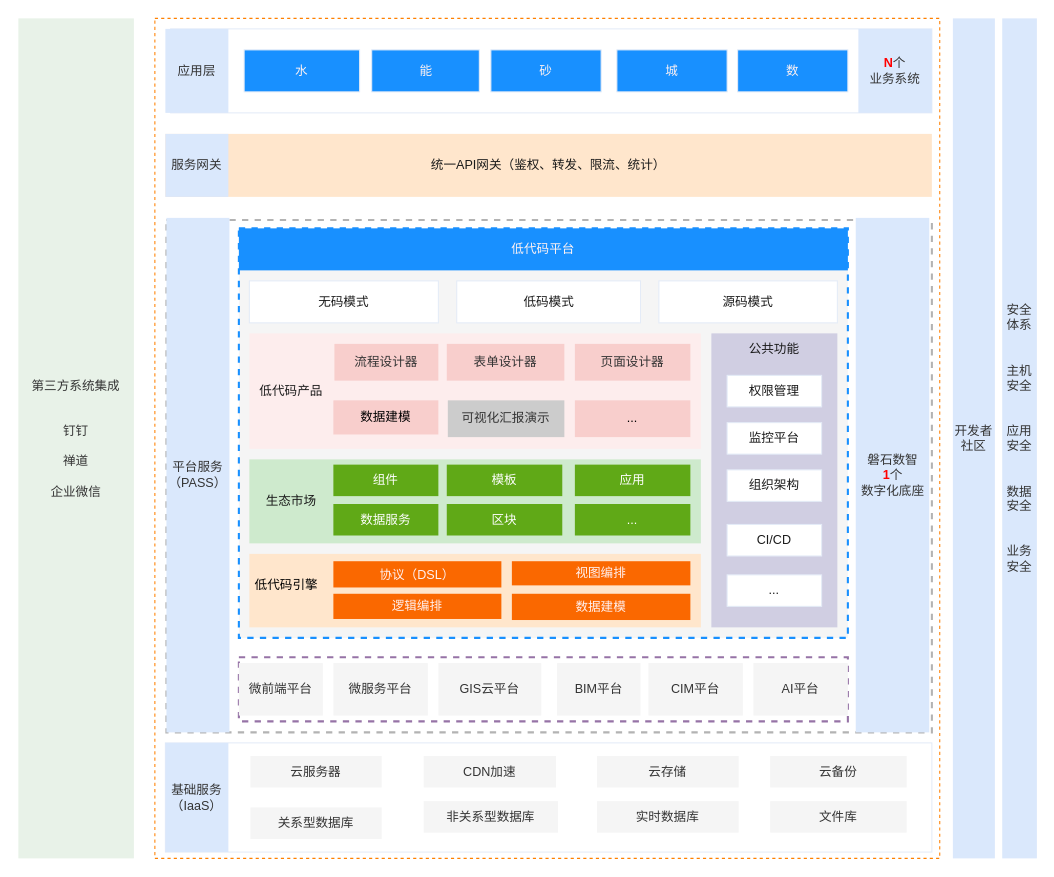
Above: 低代码——整体架构图.drawio in tangyaosimida/love (draw.io), before the change. Source tidied: cells renumbered, new cells numbered last; positions are measured from the earlier drawing's top-left corner, leaving out a move shared by most shapes. Both pictures are drawn from the tidied source at 105%, with x=0, y=0 at pixel (18, 18).
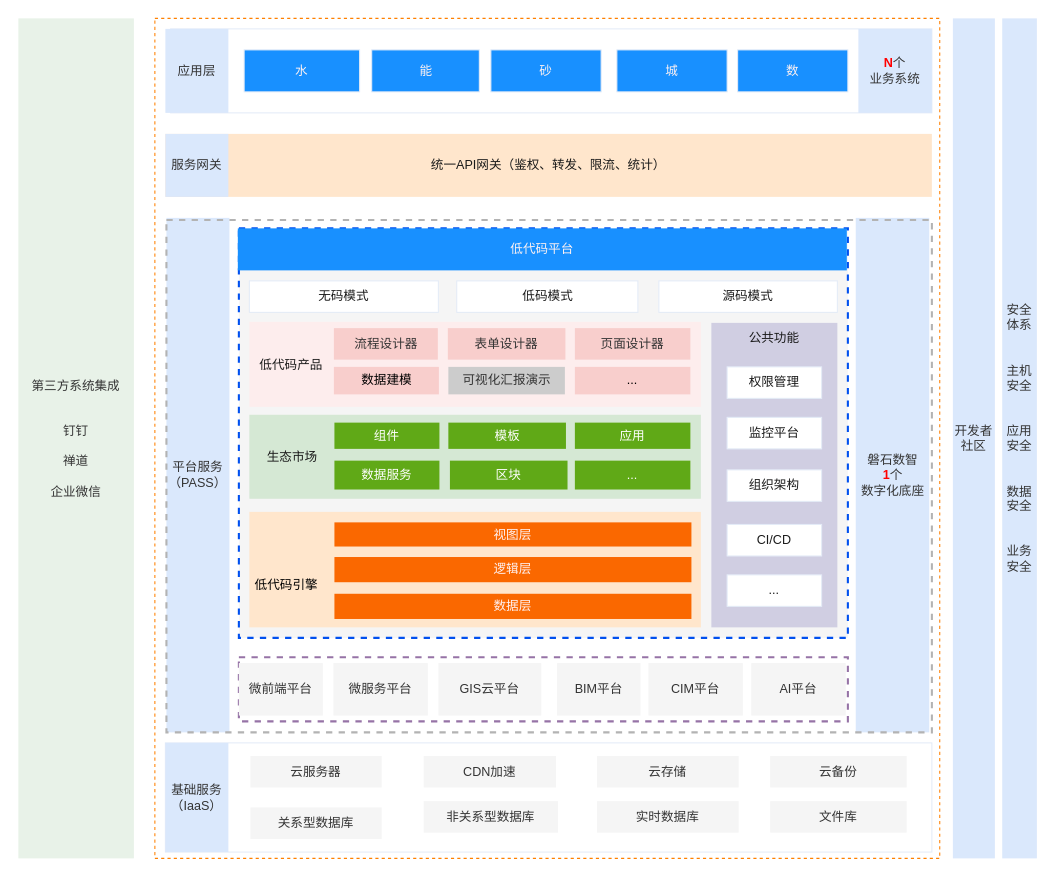
The same diagram, later.

Commit message:
更新低代码——整体架构图.drawio

The edit, as a diff of the source:
```diff
@@
+    <mxCell id="7" value="平台服务&lt;div&gt;（PASS）&lt;/div&gt;" style="rounded=0;whiteSpace=wrap;html=1;fillColor=#dae8fc;strokeColor=none;fontColor=#333333;" parent="1" vertex="1">
+      <mxGeometry x="141" y="190" width="60" height="490" as="geometry" />
+    </mxCell>
+    <mxCell id="6" value="磐石数智&lt;div&gt;&lt;font color=&quot;#ff0000&quot;&gt;&lt;b&gt;1&lt;/b&gt;&lt;/font&gt;个&lt;/div&gt;&lt;div&gt;数字化底座&lt;/div&gt;" style="rounded=0;whiteSpace=wrap;html=1;strokeColor=none;fillColor=#dae8fc;fontColor=#333333;" parent="1" vertex="1">
+      <mxGeometry x="797.5" y="190" width="70" height="490" as="geometry" />
+    </mxCell>
@@
-    <mxCell id="6" value="磐石数智&lt;div&gt;&lt;font color=&quot;#ff0000&quot;&gt;&lt;b&gt;1&lt;/b&gt;&lt;/font&gt;个&lt;/div&gt;&lt;div&gt;数字化底座&lt;/div&gt;" style="rounded=0;whiteSpace=wrap;html=1;strokeColor=none;fillColor=#dae8fc;fontColor=#333333;" parent="1" vertex="1">
-      <mxGeometry x="797.5" y="190" width="70" height="490" as="geometry" />
-    </mxCell>
-    <mxCell id="7" value="平台服务&lt;div&gt;（PASS）&lt;/div&gt;" style="rounded=0;whiteSpace=wrap;html=1;fillColor=#dae8fc;strokeColor=none;fontColor=#333333;" parent="1" vertex="1">
-      <mxGeometry x="141" y="190" width="60" height="490" as="geometry" />
-    </mxCell>
-    <mxCell id="8" style="rounded=0;whiteSpace=wrap;html=1;fillColor=#f5f5f5;dashed=1;strokeColor=#1890FF;strokeWidth=2;fontColor=#1A1A1A;" parent="1" vertex="1">
+    <mxCell id="8" style="rounded=0;whiteSpace=wrap;html=1;fillColor=#f5f5f5;dashed=1;strokeColor=#0050EF;strokeWidth=2;fontColor=#1A1A1A;" parent="1" vertex="1">
       <mxGeometry x="210" y="200" width="580" height="390" as="geometry" />
     </mxCell>
@@
     <mxCell id="30" value="&lt;font color=&quot;#fff2f2&quot;&gt;低代码平台&lt;/font&gt;" style="rounded=0;whiteSpace=wrap;html=1;strokeColor=none;fillColor=#1890FF;fontColor=#1A1A1A;" parent="1" vertex="1">
-      <mxGeometry x="210" y="200" width="580" height="40" as="geometry" />
+      <mxGeometry x="209" y="200" width="580" height="40" as="geometry" />
     </mxCell>
     <mxCell id="31" value="&lt;div&gt;&lt;br&gt;&lt;/div&gt;" style="rounded=0;whiteSpace=wrap;html=1;strokeColor=none;fillColor=#d0cee2;fontColor=#1A1A1A;" parent="1" vertex="1">
-      <mxGeometry x="660" y="300" width="120" height="280" as="geometry" />
+      <mxGeometry x="660" y="290" width="120" height="290" as="geometry" />
     </mxCell>
     <mxCell id="32" value="权限管理" style="rounded=0;whiteSpace=wrap;html=1;strokeColor=#E4EBF7;fontColor=#1A1A1A;" parent="1" vertex="1">
-      <mxGeometry x="675" y="340" width="90" height="30" as="geometry" />
+      <mxGeometry x="675" y="331.9" width="90" height="30" as="geometry" />
     </mxCell>
     <mxCell id="33" value="监控平台" style="rounded=0;whiteSpace=wrap;html=1;strokeColor=#E4EBF7;fontColor=#1A1A1A;" parent="1" vertex="1">
-      <mxGeometry x="675" y="385" width="90" height="30" as="geometry" />
+      <mxGeometry x="675" y="380" width="90" height="30" as="geometry" />
     </mxCell>
@@
     <mxCell id="37" value="公共功能" style="text;html=1;align=center;verticalAlign=middle;whiteSpace=wrap;rounded=0;strokeColor=none;fontColor=#1A1A1A;" parent="1" vertex="1">
-      <mxGeometry x="675" y="300" width="90" height="30" as="geometry" />
+      <mxGeometry x="675" y="290" width="90" height="30" as="geometry" />
     </mxCell>
     <mxCell id="38" style="rounded=0;whiteSpace=wrap;html=1;strokeColor=none;fillColor=#ffe6cc;dashed=1;strokeWidth=2;" parent="1" vertex="1">
-      <mxGeometry x="220" y="510" width="430" height="70" as="geometry" />
+      <mxGeometry x="220" y="470" width="430" height="110" as="geometry" />
     </mxCell>
-    <mxCell id="39" style="rounded=0;whiteSpace=wrap;html=1;strokeColor=none;fillColor=#CEEACD;dashed=1;strokeWidth=2;" parent="1" vertex="1">
-      <mxGeometry x="220" y="420" width="430" height="80" as="geometry" />
+    <mxCell id="39" style="rounded=0;whiteSpace=wrap;html=1;strokeColor=none;fillColor=#d5e8d4;dashed=1;strokeWidth=2;" parent="1" vertex="1">
+      <mxGeometry x="220" y="377.5" width="430" height="80" as="geometry" />
     </mxCell>
     <mxCell id="40" value="模板" style="text;html=1;align=center;verticalAlign=middle;whiteSpace=wrap;rounded=0;strokeColor=none;fontColor=#ffffff;fillColor=#60a917;" parent="1" vertex="1">
-      <mxGeometry x="408" y="425" width="110" height="30" as="geometry" />
+      <mxGeometry x="409.5" y="385" width="112" height="25" as="geometry" />
     </mxCell>
     <mxCell id="41" value="应用" style="text;html=1;align=center;verticalAlign=middle;whiteSpace=wrap;rounded=0;strokeColor=none;fontColor=#ffffff;fillColor=#60a917;" parent="1" vertex="1">
-      <mxGeometry x="530" y="425" width="110" height="30" as="geometry" />
+      <mxGeometry x="530" y="385" width="110" height="25" as="geometry" />
     </mxCell>
     <mxCell id="42" style="rounded=0;whiteSpace=wrap;html=1;strokeColor=none;fillColor=#FDEDED;strokeWidth=2;dashed=1;" parent="1" vertex="1">
-      <mxGeometry x="220" y="300" width="430" height="110" as="geometry" />
+      <mxGeometry x="220" y="289" width="430" height="81" as="geometry" />
     </mxCell>
     <mxCell id="43" value="无码模式" style="rounded=0;whiteSpace=wrap;html=1;strokeColor=#E4EBF7;fontColor=#1A1A1A;" parent="1" vertex="1">
-      <mxGeometry x="220" y="250" width="180" height="40" as="geometry" />
+      <mxGeometry x="220" y="250" width="180" height="30" as="geometry" />
     </mxCell>
     <mxCell id="44" value="低码模式" style="rounded=0;whiteSpace=wrap;html=1;strokeColor=#E4EBF7;fontColor=#1A1A1A;" parent="1" vertex="1">
-      <mxGeometry x="417.5" y="250" width="175" height="40" as="geometry" />
+      <mxGeometry x="417.5" y="250" width="172.5" height="30" as="geometry" />
     </mxCell>
     <mxCell id="45" value="源码模式" style="rounded=0;whiteSpace=wrap;html=1;strokeColor=#E4EBF7;fontColor=#1A1A1A;" parent="1" vertex="1">
-      <mxGeometry x="610" y="250" width="170" height="40" as="geometry" />
+      <mxGeometry x="610" y="250" width="170" height="30" as="geometry" />
     </mxCell>
@@
     <mxCell id="47" value="组件" style="text;html=1;align=center;verticalAlign=middle;whiteSpace=wrap;rounded=0;fillColor=#60a917;fontColor=#ffffff;strokeColor=none;" parent="1" vertex="1">
-      <mxGeometry x="300" y="425" width="100" height="30" as="geometry" />
+      <mxGeometry x="301" y="385" width="100" height="25" as="geometry" />
     </mxCell>
-    <mxCell id="48" value="协议（DSL）" style="text;html=1;align=center;verticalAlign=middle;whiteSpace=wrap;rounded=0;strokeColor=none;fillColor=#fa6800;fontColor=#FFF2F2;" parent="1" vertex="1">
-      <mxGeometry x="300" y="517" width="160" height="25" as="geometry" />
-    </mxCell>
     <mxCell id="49" value="数据建模" style="rounded=0;whiteSpace=wrap;html=1;strokeColor=none;fillColor=#f8cecc;" parent="1" vertex="1">
-      <mxGeometry x="300" y="363.8" width="100" height="32.5" as="geometry" />
+      <mxGeometry x="300.5" y="331.9" width="100" height="26.2" as="geometry" />
     </mxCell>
     <mxCell id="50" value="可视化汇报演示" style="rounded=0;whiteSpace=wrap;html=1;strokeColor=none;fillColor=#CCCCCC;fontColor=#333333;" parent="1" vertex="1">
-      <mxGeometry x="409" y="363.8" width="111" height="35" as="geometry" />
+      <mxGeometry x="409.5" y="331.9" width="111" height="26.2" as="geometry" />
     </mxCell>
     <mxCell id="51" value="流程设计器" style="rounded=0;whiteSpace=wrap;html=1;strokeColor=none;fillColor=#f8cecc;fontColor=#333333;" parent="1" vertex="1">
-      <mxGeometry x="301" y="310" width="99" height="35" as="geometry" />
+      <mxGeometry x="300.5" y="295" width="99" height="30" as="geometry" />
     </mxCell>
     <mxCell id="52" value="表单设计器" style="rounded=0;whiteSpace=wrap;html=1;strokeColor=none;fillColor=#f8cecc;fontColor=#333333;" parent="1" vertex="1">
-      <mxGeometry x="408" y="310" width="112" height="35" as="geometry" />
+      <mxGeometry x="409" y="295" width="112" height="30" as="geometry" />
     </mxCell>
     <mxCell id="53" value="页面设计器" style="rounded=0;whiteSpace=wrap;html=1;strokeColor=none;fillColor=#f8cecc;fontColor=#333333;" parent="1" vertex="1">
-      <mxGeometry x="530" y="310" width="110" height="35" as="geometry" />
+      <mxGeometry x="530" y="295" width="110" height="30" as="geometry" />
     </mxCell>
     <mxCell id="54" value="生态市场" style="rounded=0;whiteSpace=wrap;html=1;strokeColor=none;fontColor=#1A1A1A;fillColor=none;" parent="1" vertex="1">
-      <mxGeometry x="220" y="420" width="80" height="80" as="geometry" />
+      <mxGeometry x="220.5" y="378.8" width="80" height="77.5" as="geometry" />
     </mxCell>
     <mxCell id="55" value="区块" style="text;html=1;align=center;verticalAlign=middle;whiteSpace=wrap;rounded=0;strokeColor=none;fillColor=#60a917;fontColor=#ffffff;" parent="1" vertex="1">
-      <mxGeometry x="408" y="462.5" width="110" height="30" as="geometry" />
+      <mxGeometry x="411" y="421.2" width="112" height="27.5" as="geometry" />
     </mxCell>
     <mxCell id="56" value="..." style="text;html=1;align=center;verticalAlign=middle;whiteSpace=wrap;rounded=0;strokeColor=none;fillColor=#60a917;fontColor=#ffffff;" parent="1" vertex="1">
-      <mxGeometry x="530" y="462.5" width="110" height="30" as="geometry" />
+      <mxGeometry x="530" y="421.2" width="110" height="27.5" as="geometry" />
     </mxCell>
@@
     <mxCell id="60" value="AI平台" style="rounded=0;whiteSpace=wrap;html=1;strokeColor=none;fontColor=#333333;fillColor=#f5f5f5;" parent="1" vertex="1">
-      <mxGeometry x="700" y="614" width="90" height="50" as="geometry" />
+      <mxGeometry x="698" y="614" width="90" height="50" as="geometry" />
     </mxCell>
     <mxCell id="61" value="低代码产品" style="rounded=0;whiteSpace=wrap;html=1;strokeColor=none;fontColor=#1A1A1A;fillColor=none;" parent="1" vertex="1">
-      <mxGeometry x="220" y="300" width="80" height="110" as="geometry" />
+      <mxGeometry x="220" y="289" width="80" height="81" as="geometry" />
     </mxCell>
     <mxCell id="62" value="..." style="rounded=0;whiteSpace=wrap;html=1;strokeColor=none;fillColor=#f8cecc;" parent="1" vertex="1">
-      <mxGeometry x="530" y="363.8" width="110" height="35" as="geometry" />
+      <mxGeometry x="530" y="331.9" width="110" height="26.2" as="geometry" />
     </mxCell>
     <mxCell id="63" value="数据服务" style="text;html=1;align=center;verticalAlign=middle;whiteSpace=wrap;rounded=0;fillColor=#60a917;fontColor=#ffffff;strokeColor=none;" parent="1" vertex="1">
-      <mxGeometry x="300" y="462.5" width="100" height="30" as="geometry" />
+      <mxGeometry x="301" y="421.2" width="100" height="27.5" as="geometry" />
     </mxCell>
@@
-    <mxCell id="68" value="逻辑编排" style="text;html=1;align=center;verticalAlign=middle;whiteSpace=wrap;rounded=0;strokeColor=none;fillColor=#fa6800;fontColor=#FFF2F2;" parent="1" vertex="1">
-      <mxGeometry x="300" y="548" width="160" height="24" as="geometry" />
+    <mxCell id="68" value="逻辑层" style="text;html=1;align=center;verticalAlign=middle;whiteSpace=wrap;rounded=0;strokeColor=none;fillColor=#fa6800;fontColor=#FFF2F2;" parent="1" vertex="1">
+      <mxGeometry x="301" y="513" width="340" height="24" as="geometry" />
     </mxCell>
-    <mxCell id="69" value="视图编排" style="text;html=1;align=center;verticalAlign=middle;whiteSpace=wrap;rounded=0;strokeColor=none;fillColor=#fa6800;fontColor=#FFF2F2;" parent="1" vertex="1">
-      <mxGeometry x="470" y="517" width="170" height="23" as="geometry" />
+    <mxCell id="69" value="视图层" style="text;html=1;align=center;verticalAlign=middle;whiteSpace=wrap;rounded=0;strokeColor=none;fillColor=#fa6800;fontColor=#FFF2F2;" parent="1" vertex="1">
+      <mxGeometry x="301" y="480" width="340" height="23" as="geometry" />
     </mxCell>
-    <mxCell id="70" value="数据建模" style="text;html=1;align=center;verticalAlign=middle;whiteSpace=wrap;rounded=0;strokeColor=none;fillColor=#fa6800;fontColor=#FFF2F2;" parent="1" vertex="1">
-      <mxGeometry x="470" y="548" width="170" height="25" as="geometry" />
-    </mxCell>
+    <mxCell id="71" value="数据层" style="text;html=1;align=center;verticalAlign=middle;whiteSpace=wrap;rounded=0;strokeColor=none;fillColor=#fa6800;fontColor=#FFF2F2;" parent="1" vertex="1">
+      <mxGeometry x="301" y="548" width="340" height="24" as="geometry" />
+    </mxCell>
```
